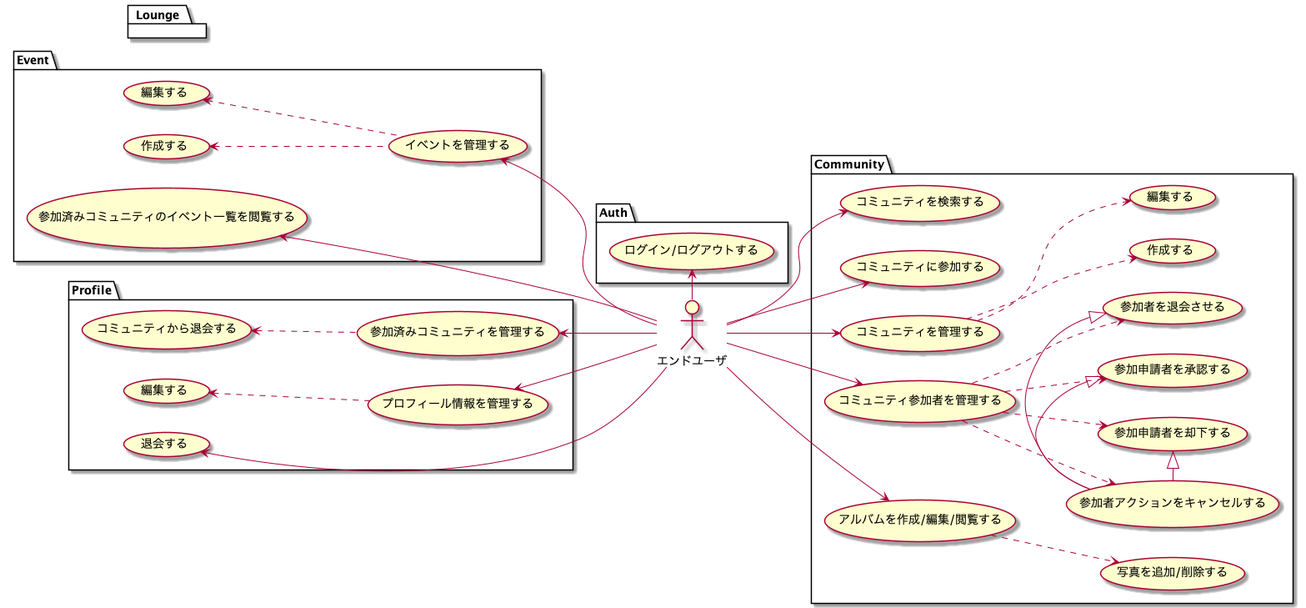
The PlantUML diagram doc/ux/usecase.png in co-in-house/doc-spec, before a commit.
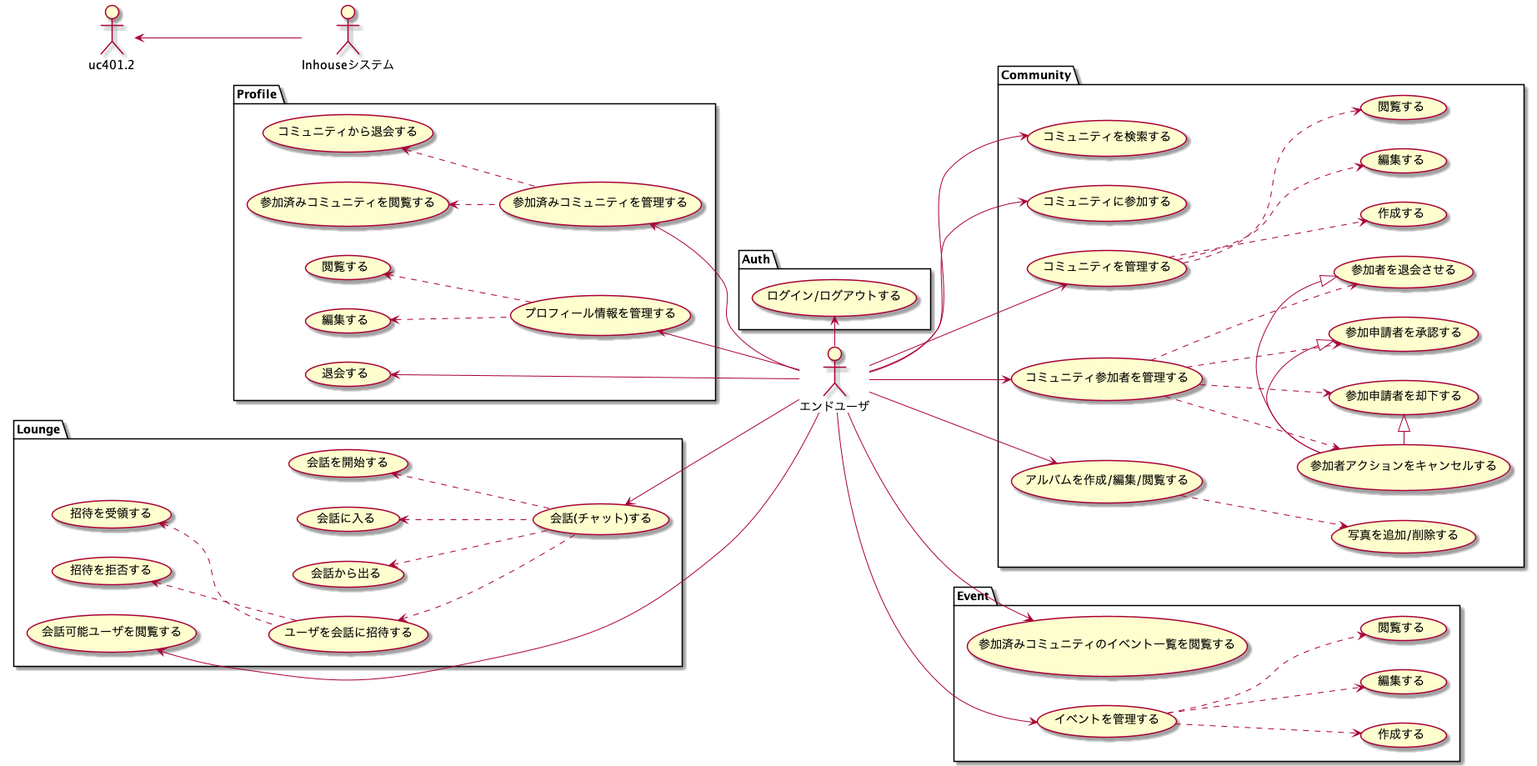
The same file after the commit.

Change to the diagram source:
```diff
@@ -3,6 +3,8 @@
 
 left to right direction
 actor エンドユーザ as user
+actor Inhouseシステム as sys
+
 
 package "Auth" {
   usecase "ログイン/ログアウトする" as uc001
@@ -15,6 +17,7 @@
   usecase "コミュニティを管理する" as uc103
     usecase "作成する" as uc103.1
     usecase "編集する" as uc103.2
+    usecase "閲覧する" as uc103.3
   usecase "コミュニティ参加者を管理する" as uc104
     usecase "参加者を退会させる" as uc104.1
     usecase "参加申請者を承認する" as uc104.2
@@ -29,6 +32,7 @@
 user --> uc103
     uc103 -.> uc103.1
     uc103 -.> uc103.2
+    uc103 -.> uc103.3
 user --> uc104
     uc104 -.> uc104.1
     uc104 -.> uc104.2
@@ -41,36 +45,65 @@
 uc105 -.> uc106
 
 
+
+
 package "Event" {
   usecase "参加済みコミュニティのイベント一覧を閲覧する" as uc201
   usecase "イベントを管理する" as uc202
     usecase "作成する" as uc202.1
     usecase "編集する" as uc202.2
+    usecase "閲覧する" as uc202.3
 }
 
-uc201 <-- user
-uc202 <-- user
-    uc202 -up.> uc202.1
-    uc202 -up.> uc202.2
+user --> uc201
+user --> uc202
+    uc202 -.> uc202.1
+    uc202 -.> uc202.2
+    uc202 -.> uc202.3
+
 
 
 
 package "Profile" {
     usecase "プロフィール情報を管理する" as uc301
         usecase "編集する" as uc301.1
+        usecase "閲覧する" as uc301.2
     usecase "参加済みコミュニティを管理する" as uc302
-        usecase "コミュニティから退会する" as uc302.1
+        usecase "参加済みコミュニティを閲覧する" as uc302.1
+        usecase "コミュニティから退会する" as uc302.2
     usecase "退会する" as uc303
 }
 
 uc301 <-- user
     uc301 -up.> uc301.1
+    uc301 -up.> uc301.2
 uc302 <-- user
     uc302 -up.> uc302.1
+    uc302 -up.> uc302.2
 uc303 <-- user
 
 
+
+
 package "Lounge" {
+    usecase "会話(チャット)する" as uc401
+      usecase "会話を開始する" as uc401.1
+      usecase "会話に入る" as uc401.3
+      usecase "会話から出る" as uc401.4
+      usecase "ユーザを会話に招待する" as uc401.5
+      usecase "招待を受領する" as uc401.5.1
+      usecase "招待を拒否する" as uc401.5.2
+    usecase "会話可能ユーザを閲覧する" as uc402
 }
 
+uc401 <-- user
+    uc401.1 <.- uc401
+    uc401.2 <-- sys
+    uc401.3 <.- uc401
+    uc401.4 <.- uc401
+    uc401.5 <.- uc401
+    uc401.5.1 <.- uc401.5
+    uc401.5.2 <.- uc401.5
+uc402 <-- user
+
 @enduml
```
